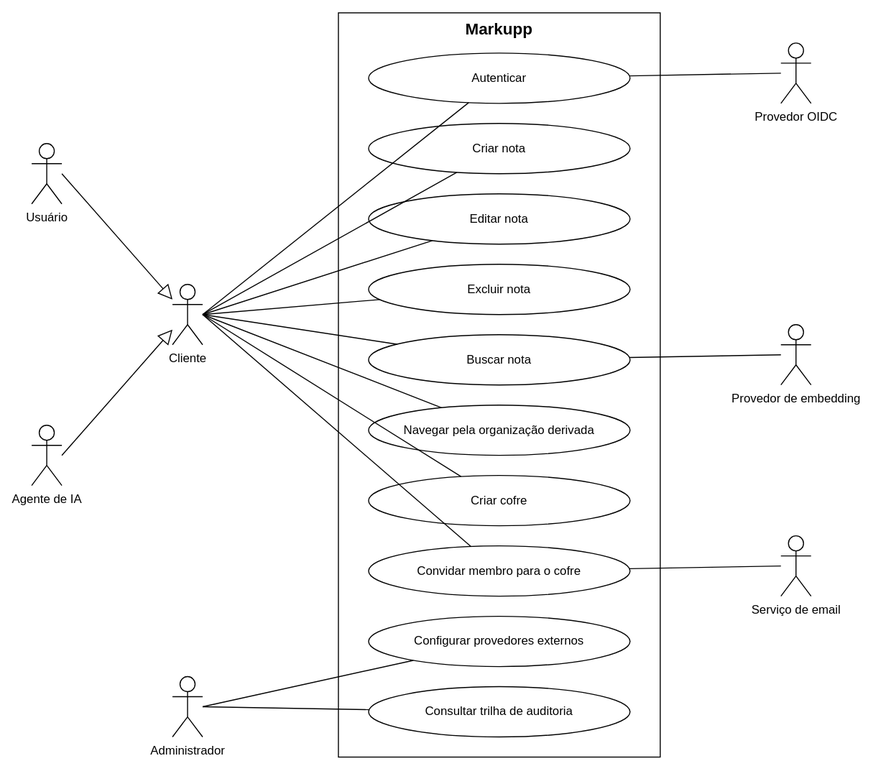
Earlier version of the draw.io export docs/casos-de-uso.drawio.svg (markupp-labs/markupp). Source tidied: cells renumbered, new cells last; positions are measured from the earlier drawing's top-left corner, leaving out a move shared by most shapes.
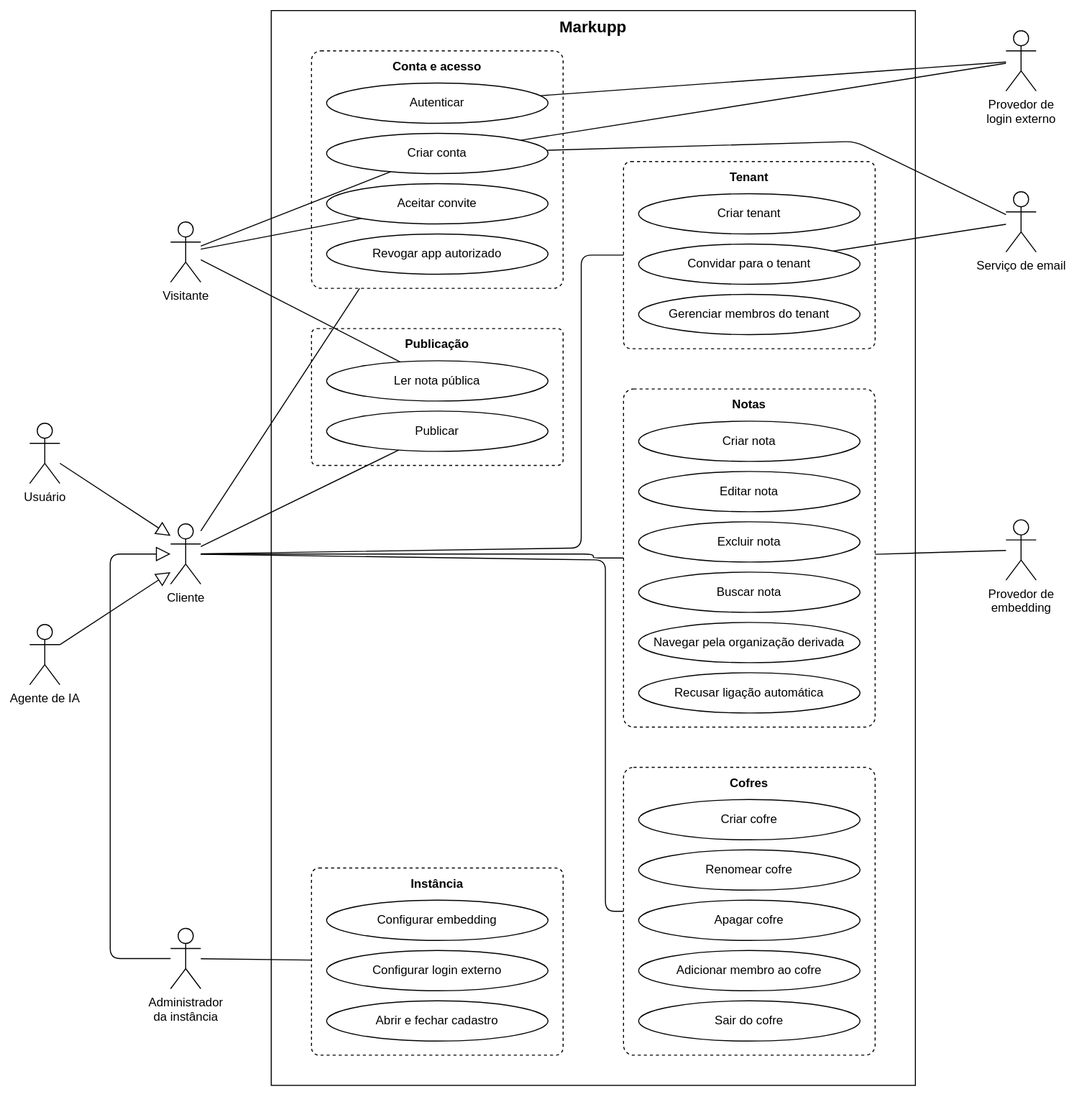
After the commit.

Commit message:
docs: atualiza casos de uso, regras, requisitos e fluxogramas

The edit, as a diff of the source:
```diff
@@ -3,103 +3,193 @@
     <mxCell id="0" />
     <mxCell id="1" parent="0" />
     <mxCell id="2" value="Markupp" style="rounded=0;whiteSpace=wrap;html=1;verticalAlign=top;fillColor=none;fontSize=16;fontStyle=1;" parent="1" vertex="1">
-      <mxGeometry x="305" width="320" height="740" as="geometry" />
+      <mxGeometry x="255" y="-10" width="640" height="1068" as="geometry" />
     </mxCell>
-    <mxCell id="3" value="Cliente" style="shape=umlActor;verticalLabelPosition=bottom;verticalAlign=top;html=1;outlineConnect=0;" parent="1" vertex="1">
-      <mxGeometry x="140" y="270" width="30" height="60" as="geometry" />
-    </mxCell>
-    <mxCell id="4" value="Usuário" style="shape=umlActor;verticalLabelPosition=bottom;verticalAlign=top;html=1;outlineConnect=0;" parent="1" vertex="1">
-      <mxGeometry y="130" width="30" height="60" as="geometry" />
-    </mxCell>
-    <mxCell id="5" value="Agente de IA" style="shape=umlActor;verticalLabelPosition=bottom;verticalAlign=top;html=1;outlineConnect=0;" parent="1" vertex="1">
-      <mxGeometry y="410" width="30" height="60" as="geometry" />
-    </mxCell>
-    <mxCell id="6" value="Administrador" style="shape=umlActor;verticalLabelPosition=bottom;verticalAlign=top;html=1;outlineConnect=0;" parent="1" vertex="1">
-      <mxGeometry x="140" y="660" width="30" height="60" as="geometry" />
-    </mxCell>
-    <mxCell id="7" value="Provedor OIDC" style="shape=umlActor;verticalLabelPosition=bottom;verticalAlign=top;html=1;outlineConnect=0;" parent="1" vertex="1">
-      <mxGeometry x="745" y="30" width="30" height="60" as="geometry" />
-    </mxCell>
-    <mxCell id="8" value="Provedor de embedding" style="shape=umlActor;verticalLabelPosition=bottom;verticalAlign=top;html=1;outlineConnect=0;" parent="1" vertex="1">
-      <mxGeometry x="745" y="310" width="30" height="60" as="geometry" />
-    </mxCell>
-    <mxCell id="9" value="Serviço de email" style="shape=umlActor;verticalLabelPosition=bottom;verticalAlign=top;html=1;outlineConnect=0;" parent="1" vertex="1">
-      <mxGeometry x="745" y="520" width="30" height="60" as="geometry" />
-    </mxCell>
+    <mxCell id="35" value="Conta e acesso" style="rounded=1;arcSize=4;whiteSpace=wrap;html=1;verticalAlign=top;fillColor=none;dashed=1;fontStyle=1;spacingTop=2;" parent="1" vertex="1">
+      <mxGeometry x="295" y="30" width="250" height="236" as="geometry" />
+    </mxCell>
     <mxCell id="10" value="Autenticar" style="ellipse;whiteSpace=wrap;html=1;" parent="1" vertex="1">
-      <mxGeometry x="335" y="40" width="260" height="50" as="geometry" />
+      <mxGeometry x="310" y="62" width="220" height="40" as="geometry" />
     </mxCell>
+    <mxCell id="36" value="Criar conta" style="ellipse;whiteSpace=wrap;html=1;" parent="1" vertex="1">
+      <mxGeometry x="310" y="112" width="220" height="40" as="geometry" />
+    </mxCell>
+    <mxCell id="37" value="Aceitar convite" style="ellipse;whiteSpace=wrap;html=1;" parent="1" vertex="1">
+      <mxGeometry x="310" y="162" width="220" height="40" as="geometry" />
+    </mxCell>
+    <mxCell id="38" value="Revogar app autorizado" style="ellipse;whiteSpace=wrap;html=1;" parent="1" vertex="1">
+      <mxGeometry x="310" y="212" width="220" height="40" as="geometry" />
+    </mxCell>
+    <mxCell id="39" value="Publicação" style="rounded=1;arcSize=4;whiteSpace=wrap;html=1;verticalAlign=top;fillColor=none;dashed=1;fontStyle=1;spacingTop=2;" parent="1" vertex="1">
+      <mxGeometry x="295" y="306" width="250" height="136" as="geometry" />
+    </mxCell>
+    <mxCell id="40" value="Ler nota pública" style="ellipse;whiteSpace=wrap;html=1;" parent="1" vertex="1">
+      <mxGeometry x="310" y="338" width="220" height="40" as="geometry" />
+    </mxCell>
+    <mxCell id="41" value="Publicar" style="ellipse;whiteSpace=wrap;html=1;" parent="1" vertex="1">
+      <mxGeometry x="310" y="388" width="220" height="40" as="geometry" />
+    </mxCell>
+    <mxCell id="42" value="Tenant" style="rounded=1;arcSize=4;whiteSpace=wrap;html=1;verticalAlign=top;fillColor=none;dashed=1;fontStyle=1;spacingTop=2;" parent="1" vertex="1">
+      <mxGeometry x="605" y="140" width="250" height="186" as="geometry" />
+    </mxCell>
+    <mxCell id="43" value="Criar tenant" style="ellipse;whiteSpace=wrap;html=1;" parent="1" vertex="1">
+      <mxGeometry x="620" y="172" width="220" height="40" as="geometry" />
+    </mxCell>
+    <mxCell id="44" value="Convidar para o tenant" style="ellipse;whiteSpace=wrap;html=1;" parent="1" vertex="1">
+      <mxGeometry x="620" y="222" width="220" height="40" as="geometry" />
+    </mxCell>
+    <mxCell id="45" value="Gerenciar membros do tenant" style="ellipse;whiteSpace=wrap;html=1;" parent="1" vertex="1">
+      <mxGeometry x="620" y="272" width="220" height="40" as="geometry" />
+    </mxCell>
+    <mxCell id="46" value="Notas" style="rounded=1;arcSize=4;whiteSpace=wrap;html=1;verticalAlign=top;fillColor=none;dashed=1;fontStyle=1;spacingTop=2;" parent="1" vertex="1">
+      <mxGeometry x="605" y="366" width="250" height="336" as="geometry" />
+    </mxCell>
     <mxCell id="11" value="Criar nota" style="ellipse;whiteSpace=wrap;html=1;" parent="1" vertex="1">
-      <mxGeometry x="335" y="110" width="260" height="50" as="geometry" />
+      <mxGeometry x="620" y="398" width="220" height="40" as="geometry" />
     </mxCell>
     <mxCell id="12" value="Editar nota" style="ellipse;whiteSpace=wrap;html=1;" parent="1" vertex="1">
-      <mxGeometry x="335" y="180" width="260" height="50" as="geometry" />
+      <mxGeometry x="620" y="448" width="220" height="40" as="geometry" />
     </mxCell>
     <mxCell id="13" value="Excluir nota" style="ellipse;whiteSpace=wrap;html=1;" parent="1" vertex="1">
-      <mxGeometry x="335" y="250" width="260" height="50" as="geometry" />
+      <mxGeometry x="620" y="498" width="220" height="40" as="geometry" />
     </mxCell>
     <mxCell id="14" value="Buscar nota" style="ellipse;whiteSpace=wrap;html=1;" parent="1" vertex="1">
-      <mxGeometry x="335" y="320" width="260" height="50" as="geometry" />
+      <mxGeometry x="620" y="548" width="220" height="40" as="geometry" />
     </mxCell>
     <mxCell id="15" value="Navegar pela organização derivada" style="ellipse;whiteSpace=wrap;html=1;" parent="1" vertex="1">
-      <mxGeometry x="335" y="390" width="260" height="50" as="geometry" />
+      <mxGeometry x="620" y="598" width="220" height="40" as="geometry" />
     </mxCell>
+    <mxCell id="47" value="Recusar ligação automática" style="ellipse;whiteSpace=wrap;html=1;" parent="1" vertex="1">
+      <mxGeometry x="620" y="648" width="220" height="40" as="geometry" />
+    </mxCell>
+    <mxCell id="48" value="Cofres" style="rounded=1;arcSize=4;whiteSpace=wrap;html=1;verticalAlign=top;fillColor=none;dashed=1;fontStyle=1;spacingTop=2;" parent="1" vertex="1">
+      <mxGeometry x="605" y="742" width="250" height="286" as="geometry" />
+    </mxCell>
     <mxCell id="16" value="Criar cofre" style="ellipse;whiteSpace=wrap;html=1;" parent="1" vertex="1">
-      <mxGeometry x="335" y="460" width="260" height="50" as="geometry" />
+      <mxGeometry x="620" y="774" width="220" height="40" as="geometry" />
     </mxCell>
-    <mxCell id="17" value="Convidar membro para o cofre" style="ellipse;whiteSpace=wrap;html=1;" parent="1" vertex="1">
-      <mxGeometry x="335" y="530" width="260" height="50" as="geometry" />
-    </mxCell>
-    <mxCell id="18" value="Configurar provedores externos" style="ellipse;whiteSpace=wrap;html=1;" parent="1" vertex="1">
-      <mxGeometry x="335" y="600" width="260" height="50" as="geometry" />
-    </mxCell>
-    <mxCell id="19" value="Consultar trilha de auditoria" style="ellipse;whiteSpace=wrap;html=1;" parent="1" vertex="1">
-      <mxGeometry x="335" y="670" width="260" height="50" as="geometry" />
-    </mxCell>
+    <mxCell id="49" value="Renomear cofre" style="ellipse;whiteSpace=wrap;html=1;" parent="1" vertex="1">
+      <mxGeometry x="620" y="824" width="220" height="40" as="geometry" />
+    </mxCell>
+    <mxCell id="50" value="Apagar cofre" style="ellipse;whiteSpace=wrap;html=1;" parent="1" vertex="1">
+      <mxGeometry x="620" y="874" width="220" height="40" as="geometry" />
+    </mxCell>
+    <mxCell id="51" value="Adicionar membro ao cofre" style="ellipse;whiteSpace=wrap;html=1;" parent="1" vertex="1">
+      <mxGeometry x="620" y="924" width="220" height="40" as="geometry" />
+    </mxCell>
+    <mxCell id="52" value="Sair do cofre" style="ellipse;whiteSpace=wrap;html=1;" parent="1" vertex="1">
+      <mxGeometry x="620" y="974" width="220" height="40" as="geometry" />
+    </mxCell>
+    <mxCell id="53" value="Instância" style="rounded=1;arcSize=4;whiteSpace=wrap;html=1;verticalAlign=top;fillColor=none;dashed=1;fontStyle=1;spacingTop=2;" parent="1" vertex="1">
+      <mxGeometry x="295" y="842" width="250" height="186" as="geometry" />
+    </mxCell>
+    <mxCell id="54" value="Configurar embedding" style="ellipse;whiteSpace=wrap;html=1;" parent="1" vertex="1">
+      <mxGeometry x="310" y="874" width="220" height="40" as="geometry" />
+    </mxCell>
+    <mxCell id="55" value="Configurar login externo" style="ellipse;whiteSpace=wrap;html=1;" parent="1" vertex="1">
+      <mxGeometry x="310" y="924" width="220" height="40" as="geometry" />
+    </mxCell>
+    <mxCell id="56" value="Abrir e fechar cadastro" style="ellipse;whiteSpace=wrap;html=1;" parent="1" vertex="1">
+      <mxGeometry x="310" y="974" width="220" height="40" as="geometry" />
+    </mxCell>
+    <mxCell id="57" value="Visitante" style="shape=umlActor;verticalLabelPosition=bottom;verticalAlign=top;html=1;outlineConnect=0;" parent="1" vertex="1">
+      <mxGeometry x="155" y="200" width="30" height="60" as="geometry" />
+    </mxCell>
+    <mxCell id="3" value="Cliente" style="shape=umlActor;verticalLabelPosition=bottom;verticalAlign=top;html=1;outlineConnect=0;" parent="1" vertex="1">
+      <mxGeometry x="155" y="500" width="30" height="60" as="geometry" />
+    </mxCell>
+    <mxCell id="4" value="Usuário" style="shape=umlActor;verticalLabelPosition=bottom;verticalAlign=top;html=1;outlineConnect=0;" parent="1" vertex="1">
+      <mxGeometry x="15" y="400" width="30" height="60" as="geometry" />
+    </mxCell>
+    <mxCell id="5" value="Agente de IA" style="shape=umlActor;verticalLabelPosition=bottom;verticalAlign=top;html=1;outlineConnect=0;" parent="1" vertex="1">
+      <mxGeometry x="15" y="600" width="30" height="60" as="geometry" />
+    </mxCell>
+    <mxCell id="58" value="Administrador&lt;br&gt;da instância" style="shape=umlActor;verticalLabelPosition=bottom;verticalAlign=top;html=1;outlineConnect=0;" parent="1" vertex="1">
+      <mxGeometry x="155" y="902" width="30" height="60" as="geometry" />
+    </mxCell>
+    <mxCell id="59" value="Provedor de&lt;br&gt;login externo" style="shape=umlActor;verticalLabelPosition=bottom;verticalAlign=top;html=1;outlineConnect=0;" parent="1" vertex="1">
+      <mxGeometry x="985" y="10" width="30" height="60" as="geometry" />
+    </mxCell>
+    <mxCell id="9" value="Serviço de email" style="shape=umlActor;verticalLabelPosition=bottom;verticalAlign=top;html=1;outlineConnect=0;" parent="1" vertex="1">
+      <mxGeometry x="985" y="170" width="30" height="60" as="geometry" />
+    </mxCell>
+    <mxCell id="8" value="Provedor de&lt;br&gt;embedding" style="shape=umlActor;verticalLabelPosition=bottom;verticalAlign=top;html=1;outlineConnect=0;" parent="1" vertex="1">
+      <mxGeometry x="985" y="496" width="30" height="60" as="geometry" />
+    </mxCell>
-    <mxCell id="20" style="endArrow=block;endFill=0;endSize=12;html=1;exitX=1;exitY=0.5;exitDx=0;exitDy=0;entryX=0;entryY=0.25;entryDx=0;entryDy=0;" parent="1" edge="1" source="4" target="3">
+    <mxCell id="20" style="endArrow=block;endFill=0;endSize=12;html=1;entryX=0;entryY=0.2;entryDx=0;entryDy=0;" parent="1" edge="1" source="4" target="3">
       <mxGeometry relative="1" as="geometry" />
     </mxCell>
-    <mxCell id="21" style="endArrow=block;endFill=0;endSize=12;html=1;exitX=1;exitY=0.5;exitDx=0;exitDy=0;entryX=0;entryY=0.75;entryDx=0;entryDy=0;" parent="1" edge="1" source="5" target="3">
+    <mxCell id="21" style="endArrow=block;endFill=0;endSize=12;html=1;entryX=0;entryY=0.8;entryDx=0;entryDy=0;" parent="1" edge="1" source="5" target="3">
       <mxGeometry relative="1" as="geometry" />
     </mxCell>
-    <mxCell id="22" style="endArrow=none;html=1;exitX=1;exitY=0.5;exitDx=0;exitDy=0;" parent="1" edge="1" source="3" target="10">
-      <mxGeometry relative="1" as="geometry" />
-    </mxCell>
-    <mxCell id="23" style="endArrow=none;html=1;exitX=1;exitY=0.5;exitDx=0;exitDy=0;" parent="1" edge="1" source="3" target="11">
-      <mxGeometry relative="1" as="geometry" />
-    </mxCell>
-    <mxCell id="24" style="endArrow=none;html=1;exitX=1;exitY=0.5;exitDx=0;exitDy=0;" parent="1" edge="1" source="3" target="12">
-      <mxGeometry relative="1" as="geometry" />
-    </mxCell>
-    <mxCell id="25" style="endArrow=none;html=1;exitX=1;exitY=0.5;exitDx=0;exitDy=0;" parent="1" edge="1" source="3" target="13">
-      <mxGeometry relative="1" as="geometry" />
-    </mxCell>
-    <mxCell id="26" style="endArrow=none;html=1;exitX=1;exitY=0.5;exitDx=0;exitDy=0;" parent="1" edge="1" source="3" target="14">
-      <mxGeometry relative="1" as="geometry" />
-    </mxCell>
-    <mxCell id="27" style="endArrow=none;html=1;exitX=1;exitY=0.5;exitDx=0;exitDy=0;" parent="1" edge="1" source="3" target="15">
-      <mxGeometry relative="1" as="geometry" />
-    </mxCell>
-    <mxCell id="28" style="endArrow=none;html=1;exitX=1;exitY=0.5;exitDx=0;exitDy=0;" parent="1" edge="1" source="3" target="16">
-      <mxGeometry relative="1" as="geometry" />
-    </mxCell>
-    <mxCell id="29" style="endArrow=none;html=1;exitX=1;exitY=0.5;exitDx=0;exitDy=0;" parent="1" edge="1" source="3" target="17">
-      <mxGeometry relative="1" as="geometry" />
-    </mxCell>
-    <mxCell id="30" style="endArrow=none;html=1;exitX=1;exitY=0.5;exitDx=0;exitDy=0;" parent="1" edge="1" source="6" target="18">
-      <mxGeometry relative="1" as="geometry" />
-    </mxCell>
-    <mxCell id="31" style="endArrow=none;html=1;exitX=1;exitY=0.5;exitDx=0;exitDy=0;" parent="1" edge="1" source="6" target="19">
-      <mxGeometry relative="1" as="geometry" />
-    </mxCell>
-    <mxCell id="32" style="endArrow=none;html=1;entryX=0;entryY=0.5;entryDx=0;entryDy=0;" parent="1" edge="1" source="10" target="7">
-      <mxGeometry relative="1" as="geometry" />
-    </mxCell>
-    <mxCell id="33" style="endArrow=none;html=1;entryX=0;entryY=0.5;entryDx=0;entryDy=0;" parent="1" edge="1" source="14" target="8">
-      <mxGeometry relative="1" as="geometry" />
-    </mxCell>
-    <mxCell id="34" style="endArrow=none;html=1;entryX=0;entryY=0.5;entryDx=0;entryDy=0;" parent="1" edge="1" source="17" target="9">
-      <mxGeometry relative="1" as="geometry" />
-    </mxCell>
+    <mxCell id="60" style="endArrow=block;endFill=0;endSize=12;html=1;exitX=0;exitY=0.5;exitDx=0;exitDy=0;entryX=0;entryY=0.5;entryDx=0;entryDy=0;" parent="1" edge="1" source="58" target="3">
+      <mxGeometry relative="1" as="geometry">
+        <Array as="points">
+          <mxPoint x="95" y="932" />
+          <mxPoint x="95" y="530" />
+        </Array>
+      </mxGeometry>
+    </mxCell>
+    <mxCell id="61" style="endArrow=none;html=1;" parent="1" edge="1" source="57" target="36">
+      <mxGeometry relative="1" as="geometry" />
+    </mxCell>
+    <mxCell id="62" style="endArrow=none;html=1;" parent="1" edge="1" source="57" target="37">
+      <mxGeometry relative="1" as="geometry" />
+    </mxCell>
+    <mxCell id="63" style="endArrow=none;html=1;" parent="1" edge="1" source="57" target="40">
+      <mxGeometry relative="1" as="geometry" />
+    </mxCell>
+    <mxCell id="64" style="endArrow=none;html=1;" parent="1" edge="1" source="3" target="35">
+      <mxGeometry relative="1" as="geometry" />
+    </mxCell>
+    <mxCell id="65" style="endArrow=none;html=1;" parent="1" edge="1" source="3" target="41">
+      <mxGeometry relative="1" as="geometry" />
+    </mxCell>
+    <mxCell id="66" style="endArrow=none;html=1;" parent="1" edge="1" source="3" target="42">
+      <mxGeometry relative="1" as="geometry">
+        <Array as="points">
+          <mxPoint x="563" y="524" />
+          <mxPoint x="563" y="233" />
+        </Array>
+      </mxGeometry>
+    </mxCell>
+    <mxCell id="67" style="endArrow=none;html=1;" parent="1" edge="1" source="3" target="46">
+      <mxGeometry relative="1" as="geometry">
+        <Array as="points">
+          <mxPoint x="575" y="530" />
+          <mxPoint x="575" y="534" />
+        </Array>
+      </mxGeometry>
+    </mxCell>
+    <mxCell id="68" style="endArrow=none;html=1;" parent="1" edge="1" source="3" target="48">
+      <mxGeometry relative="1" as="geometry">
+        <Array as="points">
+          <mxPoint x="587" y="536" />
+          <mxPoint x="587" y="885" />
+        </Array>
+      </mxGeometry>
+    </mxCell>
+    <mxCell id="69" style="endArrow=none;html=1;" parent="1" edge="1" source="58" target="53">
+      <mxGeometry relative="1" as="geometry" />
+    </mxCell>
+    <mxCell id="70" style="endArrow=none;html=1;" parent="1" edge="1" source="59" target="10">
+      <mxGeometry relative="1" as="geometry" />
+    </mxCell>
+    <mxCell id="71" style="endArrow=none;html=1;" parent="1" edge="1" source="59" target="36">
+      <mxGeometry relative="1" as="geometry" />
+    </mxCell>
+    <mxCell id="72" style="endArrow=none;html=1;" parent="1" edge="1" source="9" target="44">
+      <mxGeometry relative="1" as="geometry" />
+    </mxCell>
+    <mxCell id="73" style="endArrow=none;html=1;" parent="1" edge="1" source="9" target="36">
+      <mxGeometry relative="1" as="geometry">
+        <Array as="points">
+          <mxPoint x="835" y="120" />
+        </Array>
+      </mxGeometry>
+    </mxCell>
+    <mxCell id="74" style="endArrow=none;html=1;" parent="1" edge="1" source="8" target="46">
+      <mxGeometry relative="1" as="geometry" />
+    </mxCell>
   </root>
 </mxGraphModel>
```
